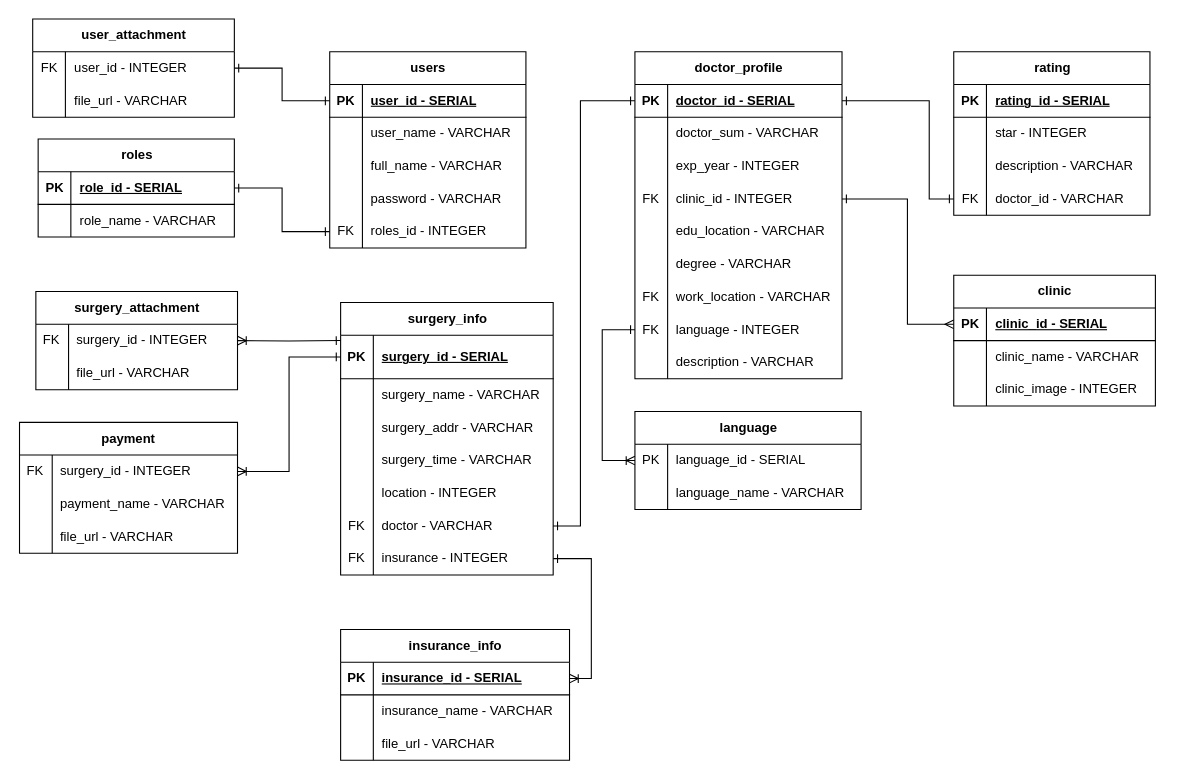
Above: docs/JioHeatl-DB-Ver 1.0.drawio in booking-web/Booking_Web_BE (draw.io), before the change. Source tidied: cells renumbered, new cells numbered last; positions are measured from the earlier drawing's top-left corner, leaving out a move shared by most shapes. Both pictures are drawn from the tidied source at 109%, with x=0, y=0 at pixel (19, 19).
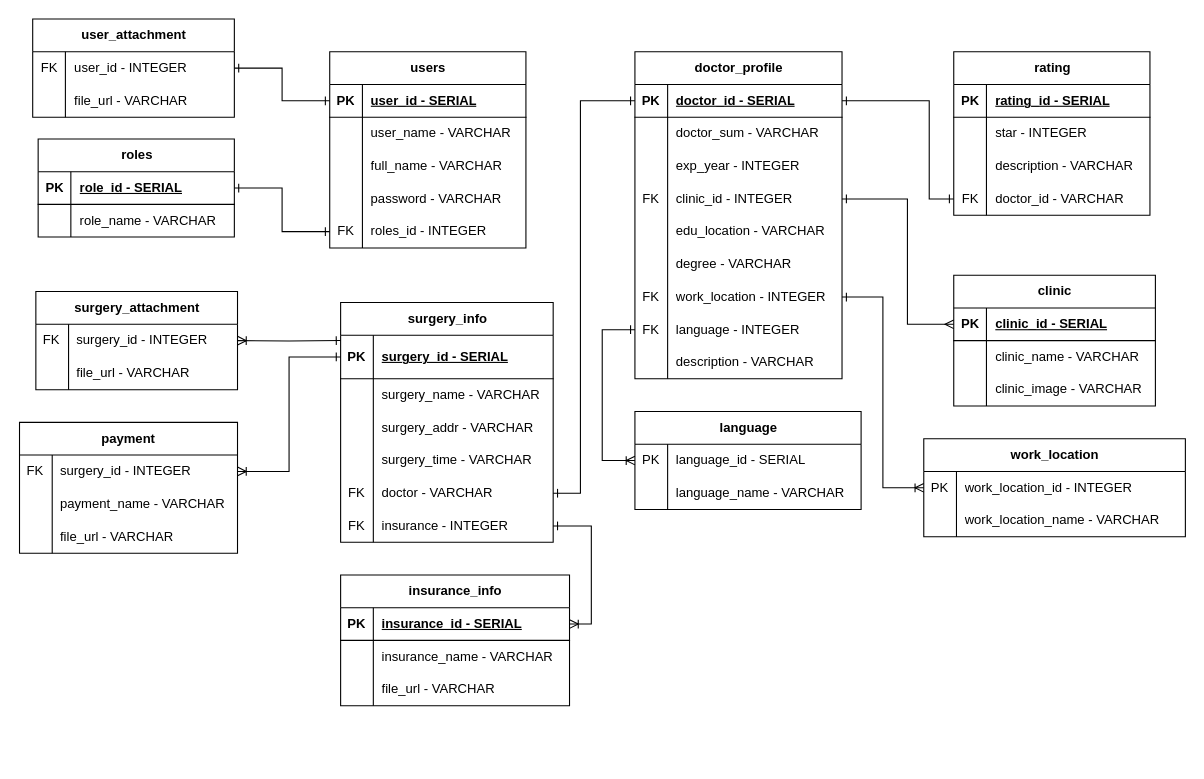
Above is the later version.

Unchanged cells that the change refers to:
```xml
<mxCell id="26" style="shape=tableRow;horizontal=0;startSize=0;swimlaneHead=0;swimlaneBody=0;fillColor=none;points=[[0,0.5],[1,0.5]];portConstraint=eastwest;top=0;left=0;right=0;bottom=1;" parent="25" vertex="1">
  <mxGeometry y="30" width="190" height="30" as="geometry" />
</mxCell>
<mxCell id="44" style="shape=tableRow;horizontal=0;startSize=0;swimlaneHead=0;swimlaneBody=0;fillColor=none;points=[[0,0.5],[1,0.5]];portConstraint=eastwest;top=0;left=0;right=0;bottom=0;" parent="25" vertex="1">
  <mxGeometry y="210" width="190" height="30" as="geometry" />
</mxCell>
<mxCell id="73" style="shape=tableRow;horizontal=0;startSize=0;swimlaneHead=0;swimlaneBody=0;fillColor=none;top=0;left=0;right=0;bottom=0;" parent="66" vertex="1">
  <mxGeometry y="90" width="185" height="30" as="geometry" />
</mxCell>
<mxCell id="99" style="shape=tableRow;horizontal=0;startSize=0;swimlaneHead=0;swimlaneBody=0;fillColor=none;points=[[0,0.5],[1,0.5]];portConstraint=eastwest;top=0;left=0;right=0;bottom=1;" parent="98" vertex="1">
  <mxGeometry y="30" width="210" height="30" as="geometry" />
</mxCell>
```

The edit, as a diff of the source:
```diff
@@
-    <mxCell id="46" value="work_location - VARCHAR" style="shape=partialRectangle;fillColor=none;top=0;left=0;bottom=0;right=0;align=left;spacingLeft=6;overflow=hidden;whiteSpace=wrap;html=1;" parent="44" vertex="1">
+    <mxCell id="46" value="work_location - INTEGER" style="shape=partialRectangle;fillColor=none;top=0;left=0;bottom=0;right=0;align=left;spacingLeft=6;overflow=hidden;whiteSpace=wrap;html=1;" parent="44" vertex="1">
       <mxGeometry x="30" width="160" height="30" as="geometry" />
     </mxCell>
@@
-    <mxCell id="75" value="clinic_image - INTEGER" style="shape=partialRectangle;fillColor=none;top=0;left=0;bottom=0;right=0;align=left;spacingLeft=6;overflow=hidden;whiteSpace=wrap;html=1;" parent="73" vertex="1">
+    <mxCell id="75" value="clinic_image - VARCHAR" style="shape=partialRectangle;fillColor=none;top=0;left=0;bottom=0;right=0;align=left;spacingLeft=6;overflow=hidden;whiteSpace=wrap;html=1;" parent="73" vertex="1">
       <mxGeometry x="30" width="155" height="30" as="geometry" />
     </mxCell>
     <mxCell id="76" value="surgery_info" style="shape=table;startSize=30;childLayout=tableLayout;rowLines=0;fontStyle=1;align=center;html=1;strokeColor=default;" parent="1" vertex="1">
-      <mxGeometry x="295" y="260" width="195" height="250" as="geometry" />
+      <mxGeometry x="295" y="260" width="195" height="220" as="geometry" />
     </mxCell>
@@
-    <mxCell id="89" style="shape=tableRow;horizontal=0;startSize=0;swimlaneHead=0;swimlaneBody=0;fillColor=none;top=0;left=0;right=0;bottom=0;" parent="76" vertex="1">
-      <mxGeometry y="160" width="195" height="30" as="geometry" />
-    </mxCell>
-    <mxCell id="90" style="shape=partialRectangle;fillColor=none;top=0;left=0;bottom=0;right=0;overflow=hidden;whiteSpace=wrap;html=1;" parent="89" vertex="1">
-      <mxGeometry width="30" height="30" as="geometry" />
-    </mxCell>
-    <mxCell id="91" value="location - INTEGER" style="shape=partialRectangle;fillColor=none;top=0;left=0;bottom=0;right=0;align=left;spacingLeft=6;overflow=hidden;whiteSpace=wrap;html=1;" parent="89" vertex="1">
-      <mxGeometry x="30" width="165" height="30" as="geometry" />
-    </mxCell>
     <mxCell id="92" style="shape=tableRow;horizontal=0;startSize=0;swimlaneHead=0;swimlaneBody=0;fillColor=none;points=[[0,0.5],[1,0.5]];portConstraint=eastwest;top=0;left=0;right=0;bottom=0;" parent="76" vertex="1">
-      <mxGeometry y="190" width="195" height="30" as="geometry" />
+      <mxGeometry y="160" width="195" height="30" as="geometry" />
     </mxCell>
@@
     <mxCell id="95" style="shape=tableRow;horizontal=0;startSize=0;swimlaneHead=0;swimlaneBody=0;fillColor=none;points=[[0,0.5],[1,0.5]];portConstraint=eastwest;top=0;left=0;right=0;bottom=0;" parent="76" vertex="1">
-      <mxGeometry y="220" width="195" height="30" as="geometry" />
+      <mxGeometry y="190" width="195" height="30" as="geometry" />
     </mxCell>
@@
     <mxCell id="98" value="insurance_info" style="shape=table;startSize=30;childLayout=tableLayout;rowLines=0;fontStyle=1;align=center;html=1;strokeColor=default;" parent="1" vertex="1">
-      <mxGeometry x="295" y="560" width="210" height="120" as="geometry" />
+      <mxGeometry x="295" y="510" width="210" height="120" as="geometry" />
     </mxCell>
@@
-    <mxCell id="138" style="edgeStyle=orthogonalEdgeStyle;html=1;entryX=1;entryY=0.5;entryDx=0;entryDy=0;rounded=0;startArrow=ERoneToMany;startFill=0;endArrow=ERone;endFill=0;" parent="1" edge="1" source="99" target="95">
+    <mxCell id="138" style="edgeStyle=orthogonalEdgeStyle;html=1;entryX=1;entryY=0.5;entryDx=0;entryDy=0;rounded=0;startArrow=ERoneToMany;startFill=0;endArrow=ERone;endFill=0;exitX=1;exitY=0.5;exitDx=0;exitDy=0;" parent="1" edge="1" source="99" target="95">
       <mxGeometry relative="1" as="geometry">
         <Array as="points">
-          <mxPoint x="525" y="605" />
-          <mxPoint x="525" y="495" />
+          <mxPoint x="525" y="555" />
+          <mxPoint x="525" y="465" />
         </Array>
       </mxGeometry>
     </mxCell>
@@
     <mxCell id="147" style="edgeStyle=orthogonalEdgeStyle;rounded=0;html=1;exitX=0;exitY=0.5;exitDx=0;exitDy=0;startArrow=ERone;startFill=0;endArrow=ERone;endFill=0;entryX=1;entryY=0.5;entryDx=0;entryDy=0;" parent="1" edge="1" source="26" target="92">
       <mxGeometry relative="1" as="geometry">
         <Array as="points">
           <mxPoint x="515" y="75" />
-          <mxPoint x="515" y="465" />
+          <mxPoint x="515" y="435" />
         </Array>
       </mxGeometry>
     </mxCell>
+    <mxCell id="148" value="work_location" style="shape=table;startSize=30;childLayout=tableLayout;rowLines=0;fontStyle=1;align=center;html=1;strokeColor=default;" parent="1" vertex="1">
+      <mxGeometry x="830" y="385" width="240" height="90" as="geometry" />
+    </mxCell>
+    <mxCell id="149" style="shape=tableRow;horizontal=0;startSize=0;swimlaneHead=0;swimlaneBody=0;fillColor=none;points=[[0,0.5],[1,0.5]];portConstraint=eastwest;top=0;left=0;right=0;bottom=0;" parent="148" vertex="1">
+      <mxGeometry y="30" width="240" height="30" as="geometry" />
+    </mxCell>
+    <mxCell id="150" value="PK" style="shape=partialRectangle;fillColor=none;top=0;left=0;bottom=0;right=0;overflow=hidden;whiteSpace=wrap;html=1;" parent="149" vertex="1">
+      <mxGeometry width="30" height="30" as="geometry" />
+    </mxCell>
+    <mxCell id="151" value="work_location_id - INTEGER" style="shape=partialRectangle;fillColor=none;top=0;left=0;bottom=0;right=0;align=left;spacingLeft=6;overflow=hidden;whiteSpace=wrap;html=1;" parent="149" vertex="1">
+      <mxGeometry x="30" width="210" height="30" as="geometry" />
+    </mxCell>
+    <mxCell id="152" style="shape=tableRow;horizontal=0;startSize=0;swimlaneHead=0;swimlaneBody=0;fillColor=none;top=0;left=0;right=0;bottom=0;" parent="148" vertex="1">
+      <mxGeometry y="60" width="240" height="30" as="geometry" />
+    </mxCell>
+    <mxCell id="90" style="shape=partialRectangle;fillColor=none;top=0;left=0;bottom=0;right=0;overflow=hidden;whiteSpace=wrap;html=1;" parent="152" vertex="1">
+      <mxGeometry width="30" height="30" as="geometry" />
+    </mxCell>
+    <mxCell id="153" value="work_location_name - VARCHAR" style="shape=partialRectangle;fillColor=none;top=0;left=0;bottom=0;right=0;align=left;spacingLeft=6;overflow=hidden;whiteSpace=wrap;html=1;" parent="152" vertex="1">
+      <mxGeometry x="30" width="210" height="30" as="geometry" />
+    </mxCell>
+    <mxCell id="154" style="edgeStyle=orthogonalEdgeStyle;html=1;exitX=0;exitY=0.5;exitDx=0;exitDy=0;entryX=1;entryY=0.5;entryDx=0;entryDy=0;rounded=0;endArrow=ERone;endFill=0;startArrow=ERoneToMany;startFill=0;" parent="1" edge="1" source="149" target="44">
+      <mxGeometry relative="1" as="geometry" />
+    </mxCell>
```
